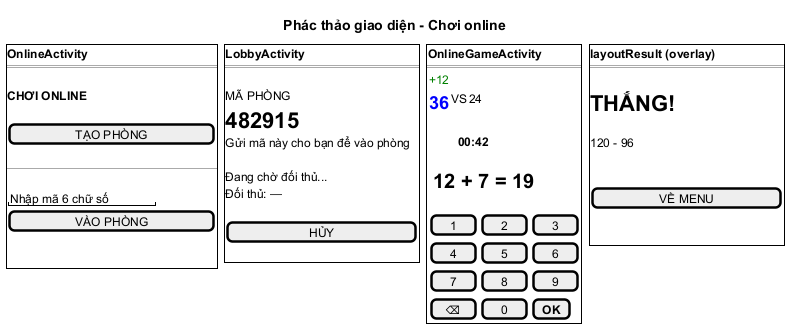
HungNguyenBa1811/math-dash keeps this PlantUML diagram as docs/hung/giao-dien-uc05.png. Above is the earlier version.
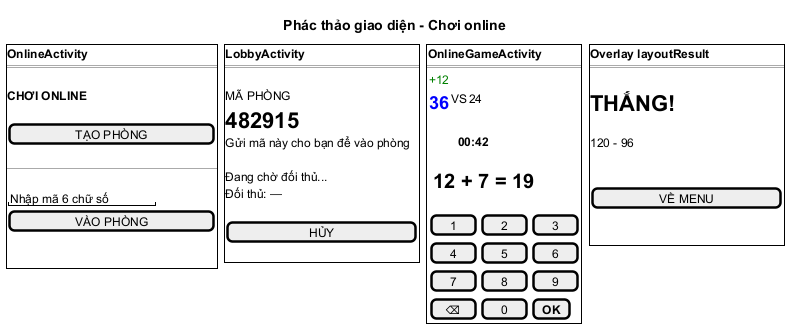
After the commit.

Change to the diagram source:
```diff
@@ -43,7 +43,7 @@
   { [  7  ] | [  8  ] | [  9  ] }
   { [  ⌫  ] | [  0  ] | [ <b>OK</b> ] }
   } | . | {+
-  <b>layoutResult (overlay)
+  <b>Overlay layoutResult
   ==
   .
   <size:22><b>THẮNG!</b></size>
```
